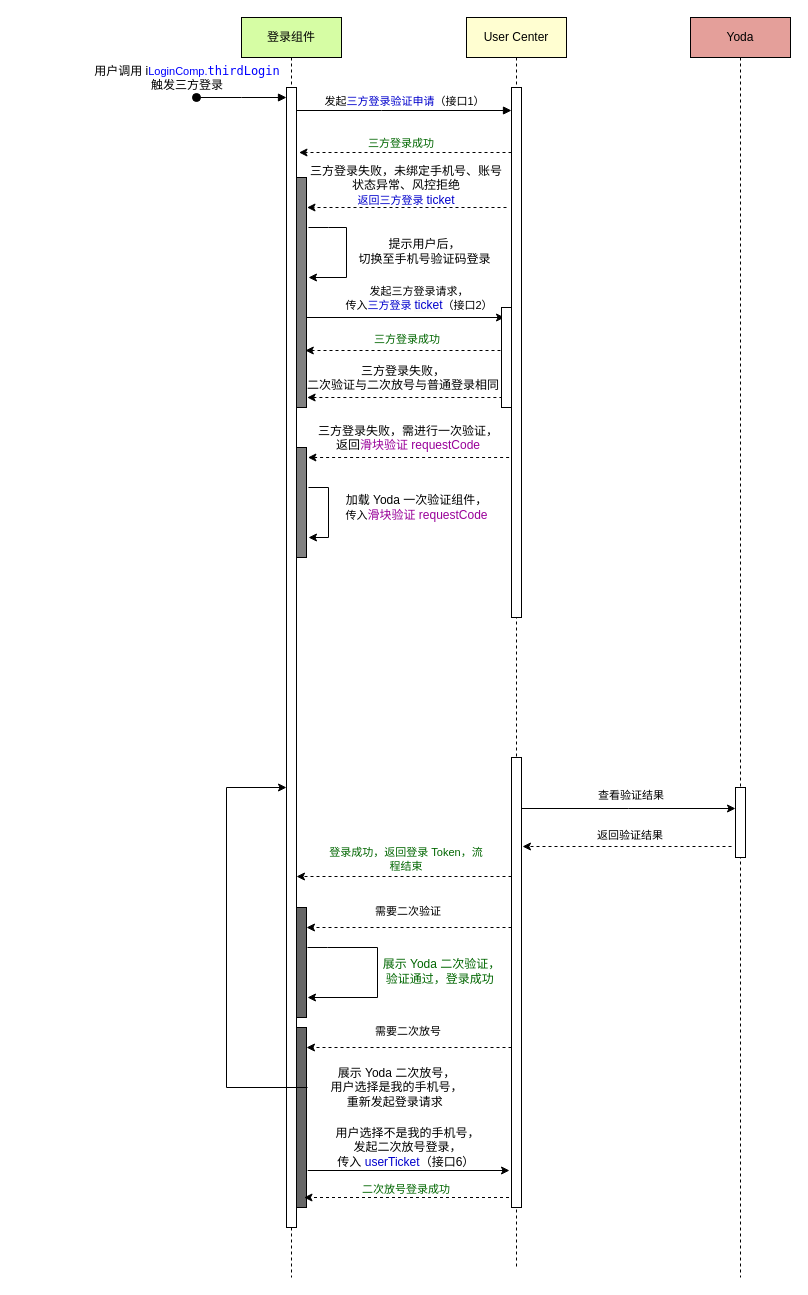
This is src/account-third.drawio from zhengjiaqi/draw, a draw.io file, before an edit. Source tidied: cells renumbered, new cells numbered last; positions are measured from the earlier drawing's top-left corner, leaving out a move shared by most shapes. Both pictures are drawn from the tidied source at 100%, with x=0, y=0 at pixel (16, 17).
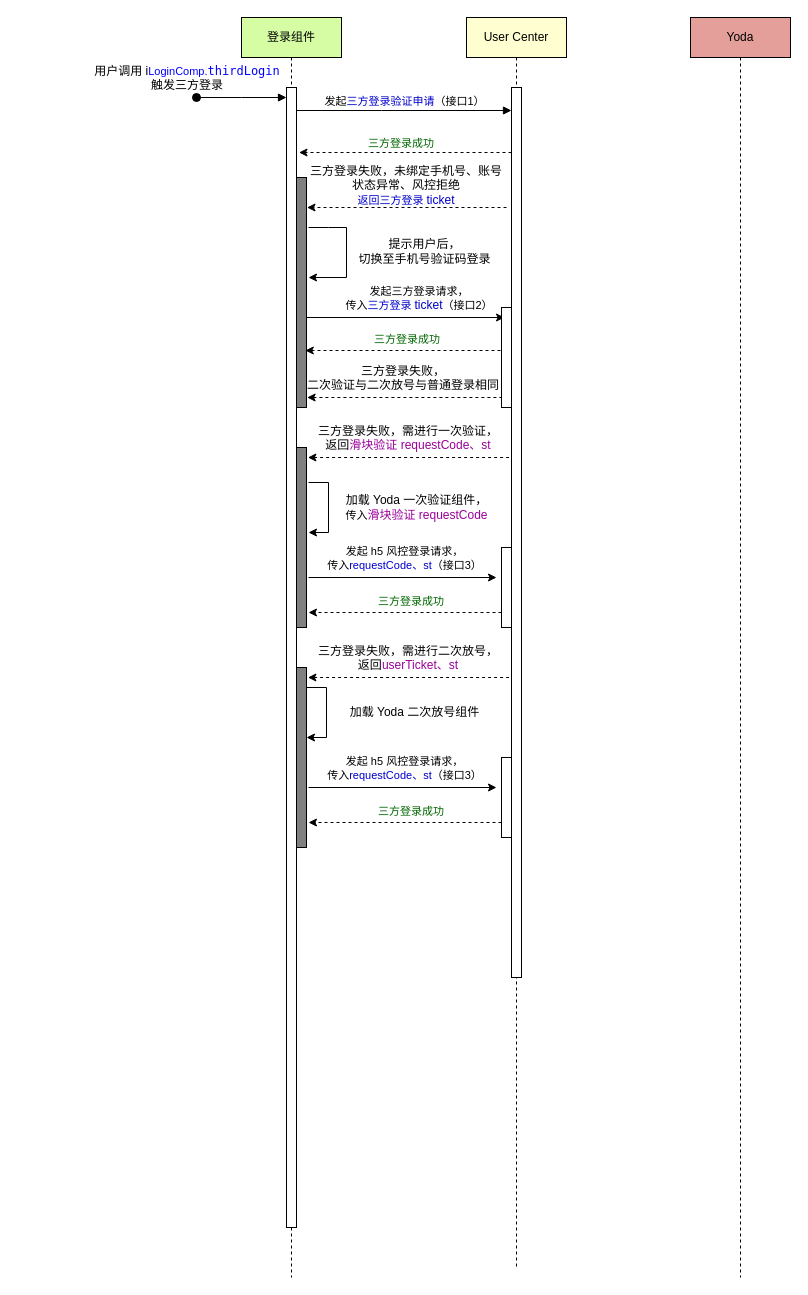
After the change.

Unchanged cells that the change refers to:
```xml
<mxCell id="2" value="登录组件" style="shape=umlLifeline;perimeter=lifelinePerimeter;whiteSpace=wrap;html=1;newEdgeStyle={&quot;edgeStyle&quot;:&quot;elbowEdgeStyle&quot;,&quot;elbow&quot;:&quot;vertical&quot;,&quot;curved&quot;:0,&quot;rounded&quot;:0};fillColor=#D6FDA4;" parent="1" vertex="1">
  <mxGeometry x="225" width="100" height="1260" as="geometry" />
</mxCell>
<mxCell id="3" style="html=1;points=[];perimeter=orthogonalPerimeter;outlineConnect=0;targetShapes=umlLifeline;portConstraint=eastwest;newEdgeStyle={&quot;edgeStyle&quot;:&quot;elbowEdgeStyle&quot;,&quot;elbow&quot;:&quot;vertical&quot;,&quot;curved&quot;:0,&quot;rounded&quot;:0};" parent="2" vertex="1">
  <mxGeometry x="45" y="70" width="10" height="1140" as="geometry" />
</mxCell>
<mxCell id="9" value="User Center" style="shape=umlLifeline;perimeter=lifelinePerimeter;whiteSpace=wrap;html=1;newEdgeStyle={&quot;edgeStyle&quot;:&quot;elbowEdgeStyle&quot;,&quot;elbow&quot;:&quot;vertical&quot;,&quot;curved&quot;:0,&quot;rounded&quot;:0};fillColor=#FFFED1;" parent="1" vertex="1">
  <mxGeometry x="450" width="100" height="1250" as="geometry" />
</mxCell>
<mxCell id="13" value="Yoda" style="shape=umlLifeline;perimeter=lifelinePerimeter;whiteSpace=wrap;html=1;newEdgeStyle={&quot;edgeStyle&quot;:&quot;elbowEdgeStyle&quot;,&quot;elbow&quot;:&quot;vertical&quot;,&quot;curved&quot;:0,&quot;rounded&quot;:0};fillColor=#E49F9A;" parent="1" vertex="1">
  <mxGeometry x="674" width="100" height="1260" as="geometry" />
</mxCell>
```

Diff of the diagram source:
```diff
@@
-    <mxCell id="5" style="html=1;perimeter=orthogonalPerimeter;targetShapes=umlLifeline;newEdgeStyle={&quot;edgeStyle&quot;:&quot;elbowEdgeStyle&quot;,&quot;elbow&quot;:&quot;vertical&quot;,&quot;curved&quot;:0,&quot;rounded&quot;:0};fillColor=#666666;" parent="2" vertex="1">
-      <mxGeometry x="55" y="890" width="10" height="110" as="geometry" />
-    </mxCell>
@@
-    <mxCell id="7" style="html=1;perimeter=orthogonalPerimeter;targetShapes=umlLifeline;newEdgeStyle={&quot;edgeStyle&quot;:&quot;elbowEdgeStyle&quot;,&quot;elbow&quot;:&quot;vertical&quot;,&quot;curved&quot;:0,&quot;rounded&quot;:0};fillColor=#666666;" parent="2" vertex="1">
-      <mxGeometry x="55" y="1010" width="10" height="180" as="geometry" />
-    </mxCell>
     <mxCell id="8" style="html=1;perimeter=orthogonalPerimeter;targetShapes=umlLifeline;newEdgeStyle={&quot;edgeStyle&quot;:&quot;elbowEdgeStyle&quot;,&quot;elbow&quot;:&quot;vertical&quot;,&quot;curved&quot;:0,&quot;rounded&quot;:0};fillColor=#808080;" parent="2" vertex="1">
-      <mxGeometry x="55" y="430" width="10" height="110" as="geometry" />
+      <mxGeometry x="55" y="430" width="10" height="180" as="geometry" />
     </mxCell>
@@
     <mxCell id="10" style="html=1;perimeter=orthogonalPerimeter;targetShapes=umlLifeline;newEdgeStyle={&quot;edgeStyle&quot;:&quot;elbowEdgeStyle&quot;,&quot;elbow&quot;:&quot;vertical&quot;,&quot;curved&quot;:0,&quot;rounded&quot;:0};" parent="9" vertex="1">
-      <mxGeometry x="45" y="70" width="10" height="530" as="geometry" />
+      <mxGeometry x="45" y="70" width="10" height="890" as="geometry" />
     </mxCell>
-    <mxCell id="11" style="html=1;points=[];perimeter=orthogonalPerimeter;outlineConnect=0;targetShapes=umlLifeline;portConstraint=eastwest;newEdgeStyle={&quot;edgeStyle&quot;:&quot;elbowEdgeStyle&quot;,&quot;elbow&quot;:&quot;vertical&quot;,&quot;curved&quot;:0,&quot;rounded&quot;:0};" parent="9" vertex="1">
-      <mxGeometry x="45" y="740" width="10" height="450" as="geometry" />
-    </mxCell>
+    <mxCell id="51" style="html=1;points=[];perimeter=orthogonalPerimeter;outlineConnect=0;targetShapes=umlLifeline;portConstraint=eastwest;newEdgeStyle={&quot;edgeStyle&quot;:&quot;elbowEdgeStyle&quot;,&quot;elbow&quot;:&quot;vertical&quot;,&quot;curved&quot;:0,&quot;rounded&quot;:0};fillColor=#FFFFFF;" parent="9" vertex="1">
+      <mxGeometry x="35" y="530" width="10" height="80" as="geometry" />
+    </mxCell>
@@
-    <mxCell id="14" style="html=1;perimeter=orthogonalPerimeter;targetShapes=umlLifeline;newEdgeStyle={&quot;edgeStyle&quot;:&quot;elbowEdgeStyle&quot;,&quot;elbow&quot;:&quot;vertical&quot;,&quot;curved&quot;:0,&quot;rounded&quot;:0};" parent="13" vertex="1">
-      <mxGeometry x="45" y="770" width="10" height="70" as="geometry" />
-    </mxCell>
@@
-    <mxCell id="17" style="endArrow=classic;html=1;rounded=0;" parent="1" edge="1">
-      <mxGeometry relative="1" as="geometry">
-        <mxPoint x="291" y="930" as="sourcePoint" />
-        <mxPoint x="291" y="980" as="targetPoint" />
-        <Array as="points">
-          <mxPoint x="311" y="930" />
-          <mxPoint x="361" y="930" />
-          <mxPoint x="361" y="980" />
-        </Array>
-      </mxGeometry>
-    </mxCell>
-    <mxCell id="18" value="&lt;font color=&quot;#006600&quot;&gt;展示&amp;nbsp;Yoda 二次验证，&lt;br&gt;验证通过，登录成功&amp;nbsp;&lt;/font&gt;" style="text;html=1;align=center;verticalAlign=middle;strokeColor=none;fillColor=none;" parent="1" vertex="1">
-      <mxGeometry x="355" y="934" width="140" height="40" as="geometry" />
-    </mxCell>
-    <mxCell id="19" style="edgeStyle=elbowEdgeStyle;rounded=0;orthogonalLoop=1;jettySize=auto;html=1;elbow=vertical;curved=0;" parent="1" edge="1">
-      <mxGeometry relative="1" as="geometry">
-        <mxPoint x="505" y="791" as="sourcePoint" />
-        <mxPoint x="719" y="791" as="targetPoint" />
-      </mxGeometry>
-    </mxCell>
-    <mxCell id="20" value="&lt;span style=&quot;font-size: 11px; background-color: rgb(255, 255, 255);&quot;&gt;查看验证结果&lt;/span&gt;" style="text;whiteSpace=wrap;html=1;align=center;" parent="1" vertex="1">
-      <mxGeometry x="517" y="764" width="196" height="20" as="geometry" />
-    </mxCell>
-    <mxCell id="21" style="edgeStyle=elbowEdgeStyle;rounded=0;orthogonalLoop=1;jettySize=auto;html=1;elbow=vertical;curved=0;dashed=1;" parent="1" edge="1">
-      <mxGeometry relative="1" as="geometry">
-        <mxPoint x="715" y="829" as="sourcePoint" />
-        <mxPoint x="506" y="829" as="targetPoint" />
-      </mxGeometry>
-    </mxCell>
-    <mxCell id="22" value="&lt;span style=&quot;font-size: 11px; background-color: rgb(255, 255, 255);&quot;&gt;返回验证结果&lt;/span&gt;" style="text;whiteSpace=wrap;html=1;align=center;" parent="1" vertex="1">
-      <mxGeometry x="534" y="804" width="160" height="20" as="geometry" />
-    </mxCell>
-    <mxCell id="23" style="edgeStyle=elbowEdgeStyle;rounded=0;jettySize=auto;html=1;elbow=vertical;curved=0;dashed=1;" parent="1" edge="1" target="3">
-      <mxGeometry relative="1" as="geometry">
-        <mxPoint x="495" y="859" as="sourcePoint" />
-      </mxGeometry>
-    </mxCell>
-    <mxCell id="24" value="&lt;span style=&quot;font-size: 11px; background-color: rgb(255, 255, 255);&quot;&gt;&lt;font color=&quot;#006600&quot;&gt;登录成功，返回登录 Token，流程结束&lt;/font&gt;&lt;/span&gt;" style="text;whiteSpace=wrap;html=1;align=center;" parent="1" vertex="1">
-      <mxGeometry x="310" y="821" width="160" height="20" as="geometry" />
-    </mxCell>
-    <mxCell id="25" style="edgeStyle=elbowEdgeStyle;rounded=0;jettySize=auto;html=1;elbow=vertical;curved=0;dashed=1;" parent="1" edge="1" source="11">
-      <mxGeometry relative="1" as="geometry">
-        <mxPoint x="290" y="910" as="targetPoint" />
-      </mxGeometry>
-    </mxCell>
-    <mxCell id="26" value="&lt;span style=&quot;font-size: 11px; background-color: rgb(255, 255, 255);&quot;&gt;需要二次验证&lt;/span&gt;" style="text;whiteSpace=wrap;html=1;align=center;" parent="1" vertex="1">
-      <mxGeometry x="294" y="880" width="196" height="20" as="geometry" />
-    </mxCell>
-    <mxCell id="27" style="edgeStyle=elbowEdgeStyle;rounded=0;orthogonalLoop=1;jettySize=auto;html=1;elbow=vertical;curved=0;dashed=1;" parent="1" edge="1">
-      <mxGeometry relative="1" as="geometry">
-        <mxPoint x="495" y="1030" as="sourcePoint" />
-        <mxPoint x="290" y="1030" as="targetPoint" />
-      </mxGeometry>
-    </mxCell>
-    <mxCell id="28" value="&lt;span style=&quot;font-size: 11px; background-color: rgb(255, 255, 255);&quot;&gt;需要二次放号&lt;/span&gt;" style="text;whiteSpace=wrap;html=1;align=center;" parent="1" vertex="1">
-      <mxGeometry x="294" y="1000" width="196" height="20" as="geometry" />
-    </mxCell>
-    <mxCell id="29" style="endArrow=classic;html=1;rounded=0;" parent="1" edge="1" target="3">
-      <mxGeometry relative="1" as="geometry">
-        <mxPoint x="291" y="1070" as="sourcePoint" />
-        <Array as="points">
-          <mxPoint x="210" y="1070" />
-          <mxPoint x="210" y="770" />
-        </Array>
-      </mxGeometry>
-    </mxCell>
-    <mxCell id="30" value="展示&amp;nbsp;Yoda 二次放号，&lt;br&gt;用户选择是我的手机号，&lt;br&gt;重新发起登录请求&amp;nbsp;" style="text;html=1;align=center;verticalAlign=middle;strokeColor=none;fillColor=none;" parent="1" vertex="1">
-      <mxGeometry x="300" y="1040" width="160" height="60" as="geometry" />
-    </mxCell>
-    <mxCell id="31" style="endArrow=classic;html=1;rounded=0;" parent="1" edge="1">
-      <mxGeometry relative="1" as="geometry">
-        <mxPoint x="291.2" y="1153" as="sourcePoint" />
-        <mxPoint x="493" y="1153" as="targetPoint" />
-      </mxGeometry>
-    </mxCell>
-    <mxCell id="32" value="用户选择不是我的手机号，&lt;br&gt;发起二次放号登录，&lt;br&gt;传入&lt;font color=&quot;#0000cc&quot;&gt; userTicket&lt;/font&gt;（接口6）&lt;span style=&quot;background-color: initial;&quot;&gt;&amp;nbsp;&lt;/span&gt;" style="text;html=1;align=center;verticalAlign=middle;strokeColor=none;fillColor=none;" parent="1" vertex="1">
-      <mxGeometry x="305.8" y="1100" width="170" height="60" as="geometry" />
-    </mxCell>
-    <mxCell id="33" style="edgeStyle=elbowEdgeStyle;rounded=0;orthogonalLoop=1;jettySize=auto;html=1;elbow=vertical;curved=0;dashed=1;" parent="1" edge="1">
-      <mxGeometry relative="1" as="geometry">
-        <mxPoint x="492.5" y="1180" as="sourcePoint" />
-        <mxPoint x="287.5" y="1180" as="targetPoint" />
-      </mxGeometry>
-    </mxCell>
-    <mxCell id="34" value="&lt;span style=&quot;font-size: 11px; background-color: rgb(255, 255, 255);&quot;&gt;&lt;font color=&quot;#006600&quot;&gt;二次放号登录成功&lt;/font&gt;&lt;/span&gt;" style="text;whiteSpace=wrap;html=1;align=center;" parent="1" vertex="1">
-      <mxGeometry x="292" y="1158" width="196" height="20" as="geometry" />
-    </mxCell>
@@
-    <mxCell id="48" value="三方登录失败，需进行一次验证，&lt;br&gt;返回&lt;font style=&quot;border-color: var(--border-color);&quot; color=&quot;#990099&quot;&gt;滑块验证&amp;nbsp;requestCode&lt;/font&gt;" style="text;whiteSpace=wrap;html=1;align=center;" parent="1" vertex="1">
+    <mxCell id="48" value="三方登录失败，需进行一次验证，&lt;br&gt;返回&lt;font style=&quot;border-color: var(--border-color);&quot; color=&quot;#990099&quot;&gt;滑块验证&amp;nbsp;requestCode、st&lt;/font&gt;" style="text;whiteSpace=wrap;html=1;align=center;" parent="1" vertex="1">
       <mxGeometry x="294" y="400" width="196" height="20" as="geometry" />
     </mxCell>
     <mxCell id="49" style="endArrow=classic;html=1;rounded=0;" parent="1" edge="1">
       <mxGeometry relative="1" as="geometry">
-        <mxPoint x="292" y="470" as="sourcePoint" />
-        <mxPoint x="292" y="520" as="targetPoint" />
+        <mxPoint x="292" y="465" as="sourcePoint" />
+        <mxPoint x="292" y="515" as="targetPoint" />
         <Array as="points">
-          <mxPoint x="312" y="470" />
-          <mxPoint x="312" y="520" />
+          <mxPoint x="312" y="465" />
+          <mxPoint x="312" y="515" />
         </Array>
       </mxGeometry>
     </mxCell>
@@
+    <mxCell id="52" style="endArrow=classic;html=1;rounded=0;" parent="1" edge="1">
+      <mxGeometry relative="1" as="geometry">
+        <mxPoint x="292" y="560" as="sourcePoint" />
+        <mxPoint x="480" y="560" as="targetPoint" />
+      </mxGeometry>
+    </mxCell>
+    <mxCell id="53" value="&lt;span style=&quot;font-family: Helvetica; font-style: normal; font-variant-ligatures: normal; font-variant-caps: normal; font-weight: 400; letter-spacing: normal; orphans: 2; text-indent: 0px; text-transform: none; widows: 2; word-spacing: 0px; -webkit-text-stroke-width: 0px; text-decoration-thickness: initial; text-decoration-style: initial; text-decoration-color: initial; float: none; display: inline !important; background-color: rgb(255, 255, 255); font-size: 11px;&quot;&gt;发起 h5 风控登录请求，&lt;br&gt;传入&lt;font style=&quot;border-color: var(--border-color);&quot; color=&quot;#0000cc&quot;&gt;&lt;font style=&quot;border-color: var(--border-color);&quot; color=&quot;#0000cc&quot;&gt;requestCode、st&lt;/font&gt;&lt;/font&gt;（接口3）&lt;/span&gt;" style="text;whiteSpace=wrap;html=1;align=center;" parent="1" vertex="1">
+      <mxGeometry x="300" y="520" width="177" height="20" as="geometry" />
+    </mxCell>
+    <mxCell id="54" style="edgeStyle=elbowEdgeStyle;rounded=0;jettySize=auto;html=1;elbow=vertical;curved=0;dashed=1;" parent="1" edge="1" source="51">
+      <mxGeometry relative="1" as="geometry">
+        <mxPoint x="292" y="595" as="targetPoint" />
+      </mxGeometry>
+    </mxCell>
+    <mxCell id="55" value="&lt;span style=&quot;font-size: 11px; background-color: rgb(255, 255, 255);&quot;&gt;&lt;font color=&quot;#006600&quot;&gt;三方登录成功&lt;/font&gt;&lt;/span&gt;" style="text;whiteSpace=wrap;html=1;align=center;" parent="1" vertex="1">
+      <mxGeometry x="296.5" y="570" width="196" height="20" as="geometry" />
+    </mxCell>
+    <mxCell id="56" style="html=1;perimeter=orthogonalPerimeter;targetShapes=umlLifeline;newEdgeStyle={&quot;edgeStyle&quot;:&quot;elbowEdgeStyle&quot;,&quot;elbow&quot;:&quot;vertical&quot;,&quot;curved&quot;:0,&quot;rounded&quot;:0};fillColor=#808080;" parent="1" vertex="1">
+      <mxGeometry x="280" y="650" width="10" height="180" as="geometry" />
+    </mxCell>
+    <mxCell id="57" style="html=1;points=[];perimeter=orthogonalPerimeter;outlineConnect=0;targetShapes=umlLifeline;portConstraint=eastwest;newEdgeStyle={&quot;edgeStyle&quot;:&quot;elbowEdgeStyle&quot;,&quot;elbow&quot;:&quot;vertical&quot;,&quot;curved&quot;:0,&quot;rounded&quot;:0};fillColor=#FFFFFF;" parent="1" vertex="1">
+      <mxGeometry x="485" y="740" width="10" height="80" as="geometry" />
+    </mxCell>
+    <mxCell id="58" style="edgeStyle=elbowEdgeStyle;rounded=0;orthogonalLoop=1;jettySize=auto;html=1;elbow=vertical;curved=0;dashed=1;" parent="1" edge="1">
+      <mxGeometry relative="1" as="geometry">
+        <mxPoint x="492.6" y="660" as="sourcePoint" />
+        <mxPoint x="291.4" y="660" as="targetPoint" />
+      </mxGeometry>
+    </mxCell>
+    <mxCell id="59" value="三方登录失败，需进行二次放号，&lt;br&gt;返回&lt;font style=&quot;border-color: var(--border-color);&quot; color=&quot;#990099&quot;&gt;userTicket、st&lt;/font&gt;" style="text;whiteSpace=wrap;html=1;align=center;" parent="1" vertex="1">
+      <mxGeometry x="294" y="620" width="196" height="20" as="geometry" />
+    </mxCell>
+    <mxCell id="60" style="endArrow=classic;html=1;rounded=0;" parent="1" edge="1">
+      <mxGeometry relative="1" as="geometry">
+        <mxPoint x="290" y="670" as="sourcePoint" />
+        <mxPoint x="290" y="720" as="targetPoint" />
+        <Array as="points">
+          <mxPoint x="310" y="670" />
+          <mxPoint x="310" y="720" />
+        </Array>
+      </mxGeometry>
+    </mxCell>
+    <mxCell id="61" value="加载 Yoda 二次放号组件" style="text;html=1;align=center;verticalAlign=middle;strokeColor=none;fillColor=none;" parent="1" vertex="1">
+      <mxGeometry x="323" y="680" width="150" height="30" as="geometry" />
+    </mxCell>
+    <mxCell id="62" style="endArrow=classic;html=1;rounded=0;" parent="1" edge="1">
+      <mxGeometry relative="1" as="geometry">
+        <mxPoint x="292" y="770" as="sourcePoint" />
+        <mxPoint x="480" y="770" as="targetPoint" />
+      </mxGeometry>
+    </mxCell>
+    <mxCell id="63" value="&lt;span style=&quot;font-family: Helvetica; font-style: normal; font-variant-ligatures: normal; font-variant-caps: normal; font-weight: 400; letter-spacing: normal; orphans: 2; text-indent: 0px; text-transform: none; widows: 2; word-spacing: 0px; -webkit-text-stroke-width: 0px; text-decoration-thickness: initial; text-decoration-style: initial; text-decoration-color: initial; float: none; display: inline !important; background-color: rgb(255, 255, 255); font-size: 11px;&quot;&gt;发起 h5 风控登录请求，&lt;br&gt;传入&lt;font style=&quot;border-color: var(--border-color);&quot; color=&quot;#0000cc&quot;&gt;&lt;font style=&quot;border-color: var(--border-color);&quot; color=&quot;#0000cc&quot;&gt;requestCode、st&lt;/font&gt;&lt;/font&gt;（接口3）&lt;/span&gt;" style="text;whiteSpace=wrap;html=1;align=center;" parent="1" vertex="1">
+      <mxGeometry x="300" y="730" width="177" height="20" as="geometry" />
+    </mxCell>
+    <mxCell id="64" style="edgeStyle=elbowEdgeStyle;rounded=0;jettySize=auto;html=1;elbow=vertical;curved=0;dashed=1;" parent="1" edge="1" source="57">
+      <mxGeometry relative="1" as="geometry">
+        <mxPoint x="292" y="805" as="targetPoint" />
+      </mxGeometry>
+    </mxCell>
+    <mxCell id="65" value="&lt;span style=&quot;font-size: 11px; background-color: rgb(255, 255, 255);&quot;&gt;&lt;font color=&quot;#006600&quot;&gt;三方登录成功&lt;/font&gt;&lt;/span&gt;" style="text;whiteSpace=wrap;html=1;align=center;" parent="1" vertex="1">
+      <mxGeometry x="296.5" y="780" width="196" height="20" as="geometry" />
+    </mxCell>
```
